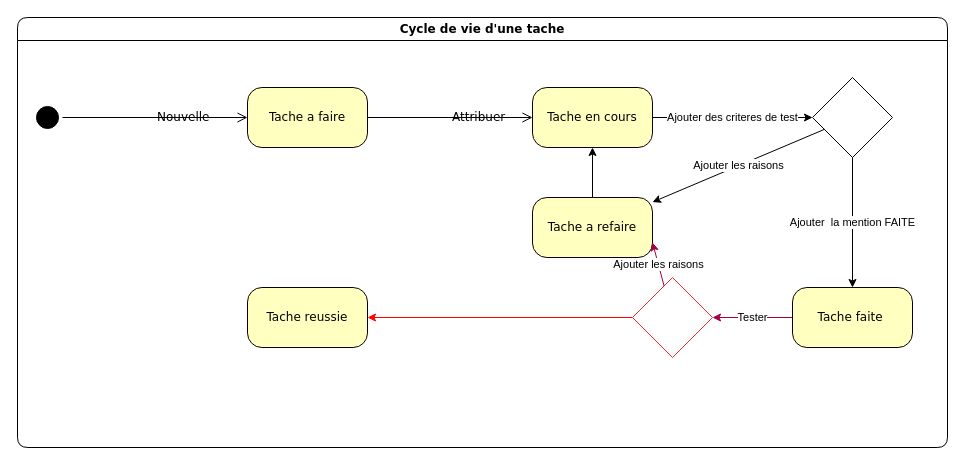
The draw.io diagram page "Page-1" (1 of 2) of Diagramme sans nom.drawio in arseneRuben/C_Sharp, before the edit. Source tidied: cells renumbered, new cells numbered last; positions are measured from the earlier drawing's top-left corner, leaving out a move shared by most shapes. Both pictures are drawn from the tidied source at 100%, with x=0, y=0 at pixel (17, 17).
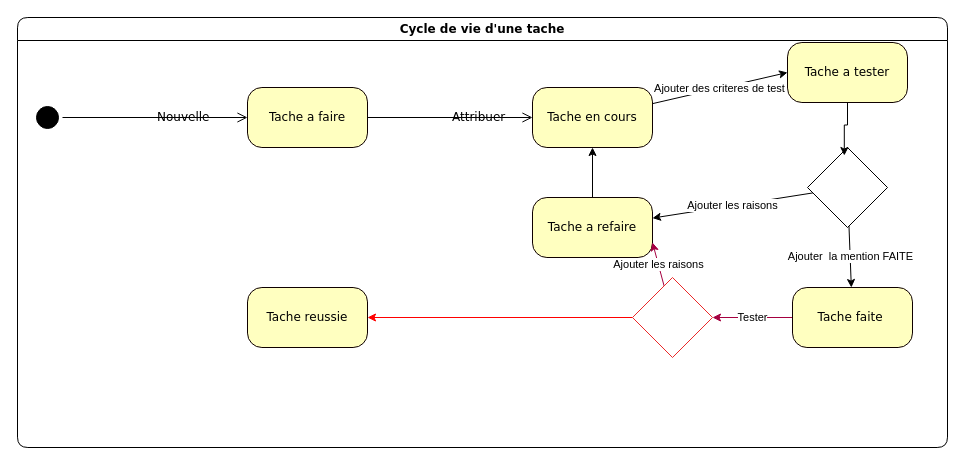
The same page after the edit.

Commit message:
ajout de letat a tester

The change refers to these unchanged cells:
```xml
<mxCell id="3" value="Cycle de vie d'une tache" style="swimlane;whiteSpace=wrap;html=1;rounded=1;shadow=0;comic=0;labelBackgroundColor=none;strokeWidth=1;fontFamily=Verdana;fontSize=12;align=center;" parent="1" vertex="1">
  <mxGeometry width="930" height="430" as="geometry" />
</mxCell>
<mxCell id="6" value="Tache en cours" style="rounded=1;whiteSpace=wrap;html=1;arcSize=24;fillColor=#ffffc0;strokeColor=#0f0000;shadow=0;comic=0;labelBackgroundColor=none;fontFamily=Verdana;fontSize=12;fontColor=#000000;align=center;" parent="3" vertex="1">
  <mxGeometry x="515" y="70" width="120" height="60" as="geometry" />
</mxCell>
```

What changed in the source:
```diff
@@
-    <mxCell id="5" value="Ajouter des criteres de test" style="rounded=0;jettySize=auto;html=1;" parent="3" edge="1" source="6" target="7">
+    <mxCell id="5" value="Ajouter des criteres de test" style="rounded=0;jettySize=auto;html=1;entryX=0;entryY=0.5;entryDx=0;entryDy=0;" parent="3" edge="1" source="6" target="20">
       <mxGeometry relative="1" as="geometry" />
     </mxCell>
@@
     <mxCell id="7" style="rhombus;whiteSpace=wrap;html=1;" parent="3" vertex="1">
-      <mxGeometry x="795" y="60" width="80" height="80" as="geometry" />
+      <mxGeometry x="790" y="130" width="80" height="80" as="geometry" />
     </mxCell>
@@
+    <mxCell id="20" value="Tache a tester" style="rounded=1;whiteSpace=wrap;html=1;arcSize=24;fillColor=#ffffc0;strokeColor=#0f0000;shadow=0;comic=0;labelBackgroundColor=none;fontFamily=Verdana;fontSize=12;fontColor=#000000;align=center;" parent="3" vertex="1">
+      <mxGeometry x="770" y="25" width="120" height="60" as="geometry" />
+    </mxCell>
+    <mxCell id="21" style="edgeStyle=orthogonalEdgeStyle;rounded=0;jettySize=auto;html=1;entryX=0.46;entryY=0.1;entryDx=0;entryDy=0;entryPerimeter=0;" parent="3" edge="1" source="20" target="7">
+      <mxGeometry relative="1" as="geometry" />
+    </mxCell>
```
